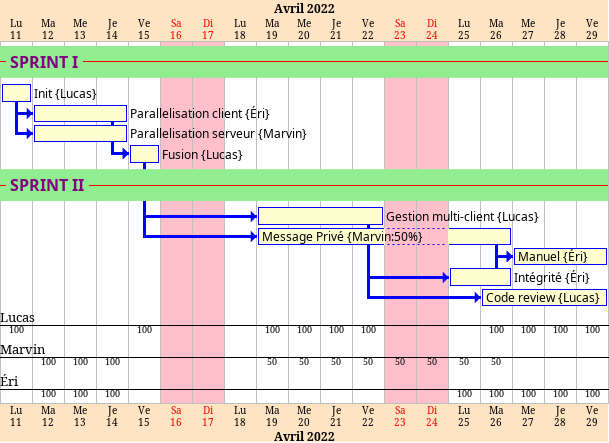
Earlier version of the PlantUML export reports/sprint2/img/gantt.png (iusildra/PolyMessages).
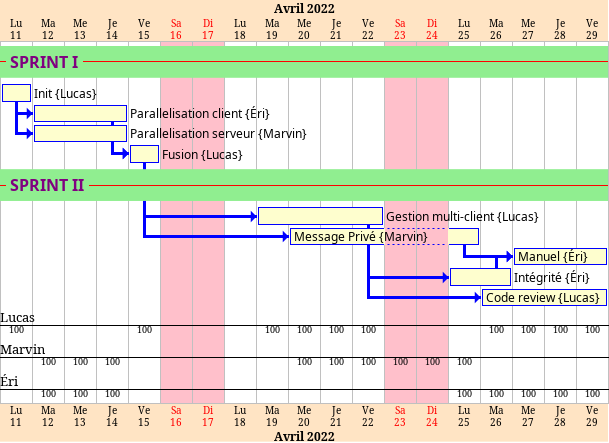
The same file after the commit.

Change to the diagram source:
```diff
@@ -74,14 +74,14 @@
 
 -- SPRINT II --
 [Gestion multi-client] as [MCH] starts 2022-04-19 and lasts 4 days
-[Message Privé] as [MP] starts 2022-04-19 and lasts 4 days
+[Message Privé] as [MP] starts 2022-04-20 and lasts 4 days
 [Manuel] as [Help] starts 2022-04-25 and lasts 3 days
 [Intégrité] as [Int] lasts 2 days
 [Code review] as [CR] starts 2022-04-26 and lasts 4 days
 
 [CR] on {Lucas:100%} lasts 4 days
 [MCH] on {Lucas:100%} lasts 4 days
-[MP] on {Marvin:50%} lasts 3 days
+[MP] on {Marvin:100%} lasts 4 days
 [Help] on {Éri:100%} lasts 3 days
 [Intégrité] on {Éri:100%} starts 2022-04-25 and lasts 2 days
 
```
